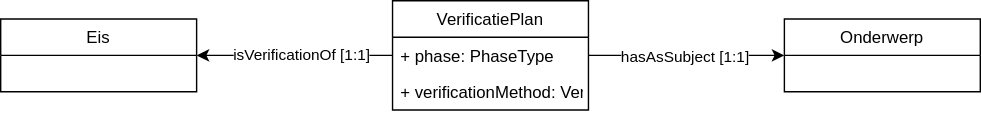
nl-digigo/contractspecificaties keeps this draw.io diagram as docs/media/Diagram2.drawio.svg. Above is the earlier version. Source tidied: cells renumbered, new cells last; positions are measured from the earlier drawing's top-left corner, leaving out a move shared by most shapes. Its diagram source:
```xml
<mxGraphModel>
  <root>
    <mxCell id="0" />
    <mxCell id="1" parent="0" />
    <mxCell id="2" value="Eis" style="swimlane;fontStyle=0;horizontal=1;startSize=26;fillColor=none;" parent="1" vertex="1">
      <mxGeometry y="13" width="140" height="52" as="geometry" />
    </mxCell>
    <mxCell id="3" style="edgeStyle=orthogonalEdgeStyle;rounded=0;jettySize=auto;html=1;" parent="1" edge="1" source="7" target="10">
      <mxGeometry relative="1" as="geometry" />
    </mxCell>
    <mxCell id="4" value="hasAsSubject [1:1]" style="edgeLabel;html=1;align=center;verticalAlign=middle;" parent="3" vertex="1">
      <mxGeometry x="-0.26" y="-2" relative="1" as="geometry">
        <mxPoint x="16" y="-2" as="offset" />
      </mxGeometry>
    </mxCell>
    <mxCell id="5" style="edgeStyle=orthogonalEdgeStyle;rounded=0;jettySize=auto;html=1;" parent="1" edge="1" source="7" target="2">
      <mxGeometry relative="1" as="geometry" />
    </mxCell>
    <mxCell id="6" value="isVerificationOf [1:1]" style="edgeLabel;html=1;align=center;verticalAlign=middle;" parent="5" vertex="1">
      <mxGeometry x="0.3" y="3" relative="1" as="geometry">
        <mxPoint x="25" y="-4" as="offset" />
      </mxGeometry>
    </mxCell>
    <mxCell id="7" value="VerificatiePlan" style="swimlane;fontStyle=0;horizontal=1;startSize=26;fillColor=none;" parent="1" vertex="1">
      <mxGeometry x="280" width="140" height="78" as="geometry" />
    </mxCell>
    <mxCell id="8" value="+ phase: PhaseType" style="text;strokeColor=none;fillColor=none;align=left;verticalAlign=top;spacingLeft=4;spacingRight=4;overflow=hidden;" parent="7" vertex="1">
      <mxGeometry y="26" width="140" height="26" as="geometry" />
    </mxCell>
    <mxCell id="9" value="+ verificationMethod: VerificationMethodType" style="text;strokeColor=none;fillColor=none;align=left;verticalAlign=top;spacingLeft=4;spacingRight=4;overflow=hidden;" parent="7" vertex="1">
      <mxGeometry y="52" width="140" height="26" as="geometry" />
    </mxCell>
    <mxCell id="10" value="Onderwerp" style="swimlane;fontStyle=0;horizontal=1;startSize=26;fillColor=none;" parent="1" vertex="1">
      <mxGeometry x="560" y="13" width="140" height="52" as="geometry" />
    </mxCell>
  </root>
</mxGraphModel>
```
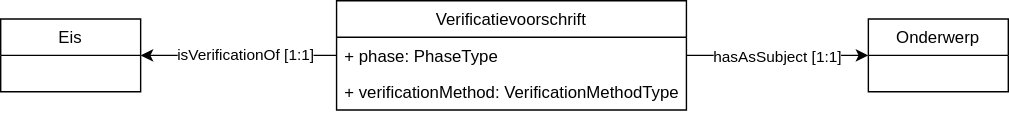
Above is the later version.

Commit message:
Aanpassingen na aanleiding van peer review rik

Diff of the diagram source:
```diff
@@ -3,12 +3,12 @@
     <mxCell id="0" />
     <mxCell id="1" parent="0" />
     <mxCell id="2" value="Eis" style="swimlane;fontStyle=0;horizontal=1;startSize=26;fillColor=none;" parent="1" vertex="1">
-      <mxGeometry y="13" width="140" height="52" as="geometry" />
+      <mxGeometry x="40" y="13" width="100" height="52" as="geometry" />
     </mxCell>
     <mxCell id="3" style="edgeStyle=orthogonalEdgeStyle;rounded=0;jettySize=auto;html=1;" parent="1" edge="1" source="7" target="10">
       <mxGeometry relative="1" as="geometry" />
     </mxCell>
-    <mxCell id="4" value="hasAsSubject [1:1]" style="edgeLabel;html=1;align=center;verticalAlign=middle;" parent="3" vertex="1">
+    <mxCell id="4" value="hasAsSubject [1:1]" style="edgeLabel;html=1;align=center;verticalAlign=middle;labelBackgroundColor=default;" parent="3" vertex="1">
       <mxGeometry x="-0.26" y="-2" relative="1" as="geometry">
         <mxPoint x="16" y="-2" as="offset" />
       </mxGeometry>
@@ -16,22 +16,22 @@
     <mxCell id="5" style="edgeStyle=orthogonalEdgeStyle;rounded=0;jettySize=auto;html=1;" parent="1" edge="1" source="7" target="2">
       <mxGeometry relative="1" as="geometry" />
     </mxCell>
-    <mxCell id="6" value="isVerificationOf [1:1]" style="edgeLabel;html=1;align=center;verticalAlign=middle;" parent="5" vertex="1">
+    <mxCell id="6" value="isVerificationOf [1:1]" style="edgeLabel;html=1;align=center;verticalAlign=middle;labelBackgroundColor=default;" parent="5" vertex="1">
       <mxGeometry x="0.3" y="3" relative="1" as="geometry">
         <mxPoint x="25" y="-4" as="offset" />
       </mxGeometry>
     </mxCell>
-    <mxCell id="7" value="VerificatiePlan" style="swimlane;fontStyle=0;horizontal=1;startSize=26;fillColor=none;" parent="1" vertex="1">
-      <mxGeometry x="280" width="140" height="78" as="geometry" />
+    <mxCell id="7" value="Verificatievoorschrift" style="swimlane;fontStyle=0;horizontal=1;startSize=26;fillColor=none;" parent="1" vertex="1">
+      <mxGeometry x="280" width="250" height="78" as="geometry" />
     </mxCell>
     <mxCell id="8" value="+ phase: PhaseType" style="text;strokeColor=none;fillColor=none;align=left;verticalAlign=top;spacingLeft=4;spacingRight=4;overflow=hidden;" parent="7" vertex="1">
-      <mxGeometry y="26" width="140" height="26" as="geometry" />
+      <mxGeometry y="26" width="250" height="26" as="geometry" />
     </mxCell>
     <mxCell id="9" value="+ verificationMethod: VerificationMethodType" style="text;strokeColor=none;fillColor=none;align=left;verticalAlign=top;spacingLeft=4;spacingRight=4;overflow=hidden;" parent="7" vertex="1">
-      <mxGeometry y="52" width="140" height="26" as="geometry" />
+      <mxGeometry y="52" width="250" height="26" as="geometry" />
     </mxCell>
     <mxCell id="10" value="Onderwerp" style="swimlane;fontStyle=0;horizontal=1;startSize=26;fillColor=none;" parent="1" vertex="1">
-      <mxGeometry x="560" y="13" width="140" height="52" as="geometry" />
+      <mxGeometry x="660" y="13" width="100" height="52" as="geometry" />
     </mxCell>
   </root>
 </mxGraphModel>
```
